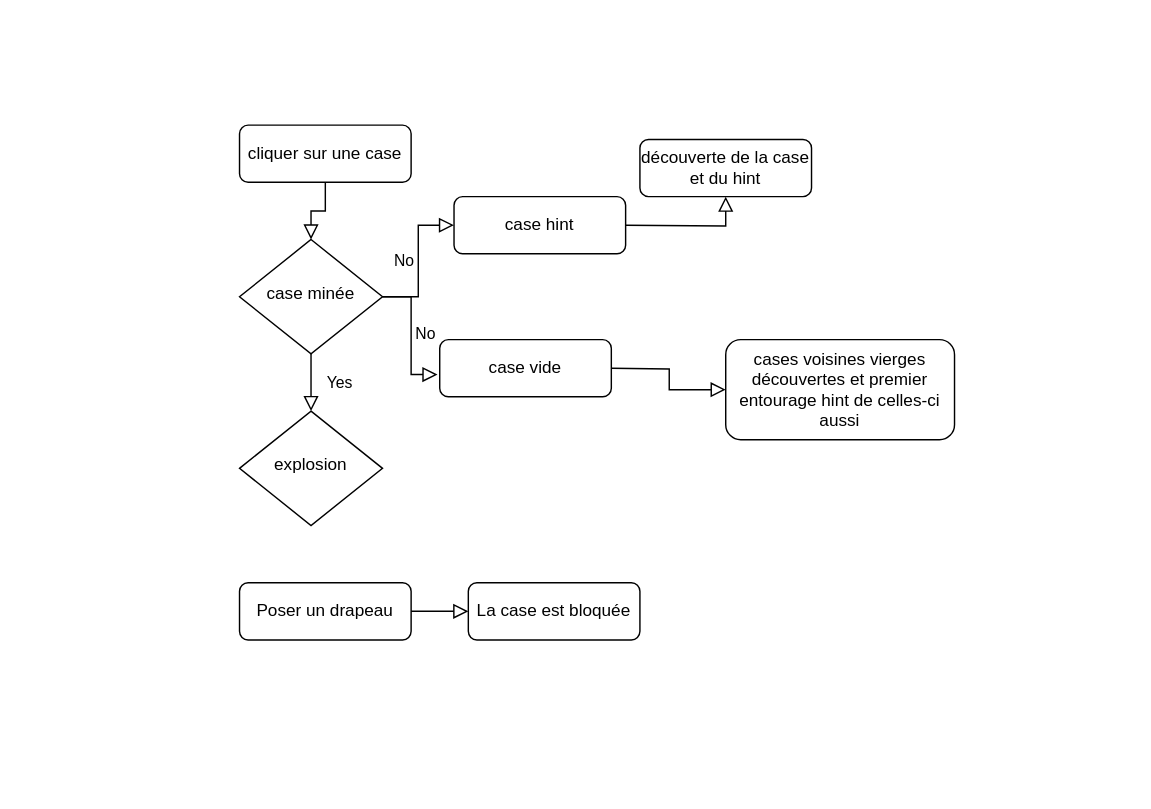
Before: Diagramme sans nom.drawio in emilyllg/filrougeEJL, a draw.io diagram. Source tidied: cells renumbered, new cells numbered last; positions are measured from the earlier drawing's top-left corner, leaving out a move shared by most shapes. Both pictures are drawn from the tidied source at 143%, with x=0, y=0 at pixel (239, 124).
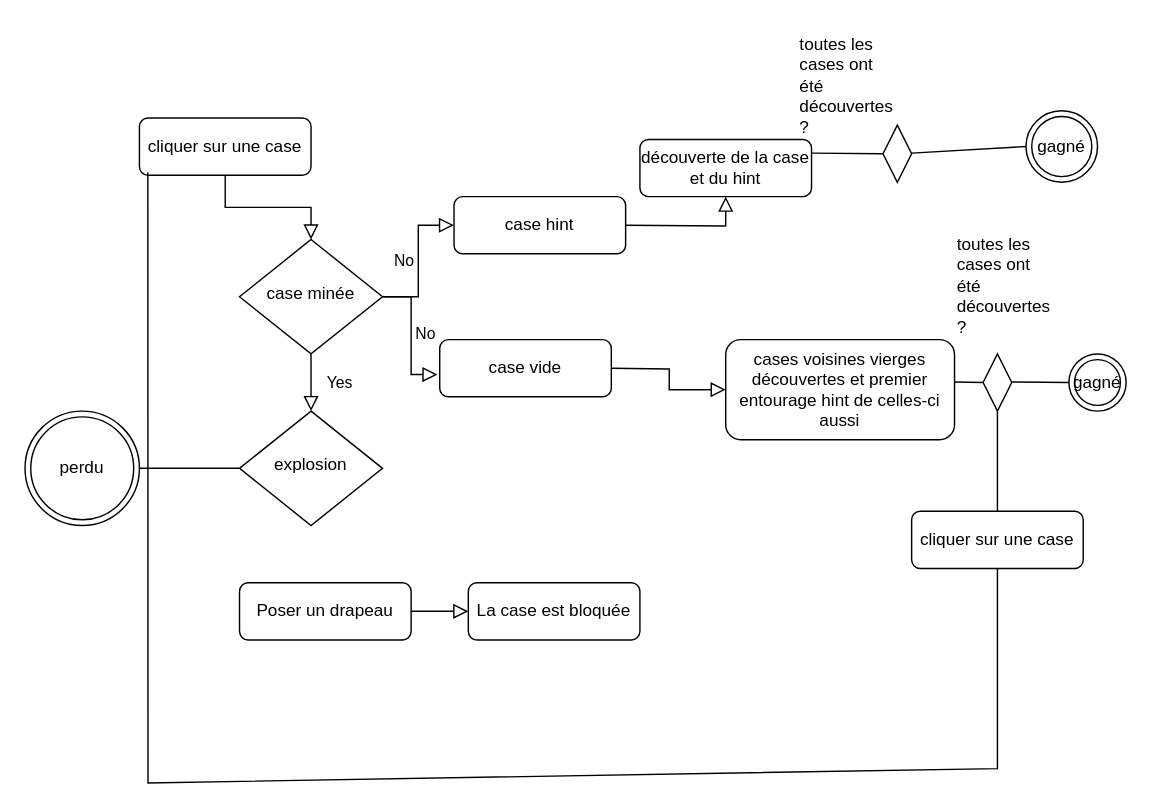
The same page after the edit.

Commit message:
Mettre à jour Diagramme sans nom.drawio

The edit, as a diff of the source:
```diff
@@
     <mxCell id="14" value="cliquer sur une case" style="rounded=1;whiteSpace=wrap;html=1;fontSize=12;glass=0;strokeWidth=1;shadow=0;" parent="1" vertex="1">
-      <mxGeometry width="120" height="40" as="geometry" />
+      <mxGeometry x="-70" y="-5" width="120" height="40" as="geometry" />
     </mxCell>
@@
+    <mxCell id="18" value="gagné " style="ellipse;shape=doubleEllipse;whiteSpace=wrap;html=1;" parent="1" vertex="1">
+      <mxGeometry x="580" y="160" width="40" height="40" as="geometry" />
+    </mxCell>
+    <mxCell id="19" value="perdu" style="ellipse;shape=doubleEllipse;whiteSpace=wrap;html=1;" parent="1" vertex="1">
+      <mxGeometry x="-150" y="200" width="80" height="80" as="geometry" />
+    </mxCell>
+    <mxCell id="20" style="rhombus;whiteSpace=wrap;html=1;" parent="1" vertex="1">
+      <mxGeometry x="450" width="20" height="40" as="geometry" />
+    </mxCell>
+    <mxCell id="21" value="toutes les cases ont été découvertes ?" style="text;whiteSpace=wrap;html=1;" parent="1" vertex="1">
+      <mxGeometry x="390" y="-70" width="50" height="40" as="geometry" />
+    </mxCell>
+    <mxCell id="22" style="rhombus;whiteSpace=wrap;html=1;" parent="1" vertex="1">
+      <mxGeometry x="520" y="160" width="20" height="40" as="geometry" />
+    </mxCell>
+    <mxCell id="23" value="toutes les cases ont été découvertes ?" style="text;whiteSpace=wrap;html=1;" parent="1" vertex="1">
+      <mxGeometry x="500" y="70" width="60" height="40" as="geometry" />
+    </mxCell>
+    <mxCell id="24" style="endArrow=none;html=1;rounded=0;exitX=1;exitY=0.5;exitDx=0;exitDy=0;" parent="1" edge="1" source="19">
+      <mxGeometry relative="1" as="geometry">
+        <mxPoint y="240" as="targetPoint" />
+      </mxGeometry>
+    </mxCell>
+    <mxCell id="25" style="endArrow=none;html=1;rounded=0;exitX=1;exitY=0.5;exitDx=0;exitDy=0;entryX=0;entryY=0.5;entryDx=0;entryDy=0;" parent="1" edge="1" target="20">
+      <mxGeometry relative="1" as="geometry">
+        <mxPoint x="400" y="19.6" as="sourcePoint" />
+      </mxGeometry>
+    </mxCell>
+    <mxCell id="26" value="gagné " style="ellipse;shape=doubleEllipse;whiteSpace=wrap;html=1;" parent="1" vertex="1">
+      <mxGeometry x="550" y="-10" width="50" height="50" as="geometry" />
+    </mxCell>
+    <mxCell id="27" style="endArrow=none;html=1;rounded=0;exitX=1;exitY=0.5;exitDx=0;exitDy=0;entryX=0;entryY=0.5;entryDx=0;entryDy=0;" parent="1" edge="1" target="26">
+      <mxGeometry relative="1" as="geometry">
+        <mxPoint x="470" y="19.6" as="sourcePoint" />
+      </mxGeometry>
+    </mxCell>
+    <mxCell id="28" style="endArrow=none;html=1;rounded=0;exitX=1;exitY=0.5;exitDx=0;exitDy=0;" parent="1" edge="1">
+      <mxGeometry relative="1" as="geometry">
+        <mxPoint x="500" y="179.6" as="sourcePoint" />
+        <mxPoint x="520" y="180" as="targetPoint" />
+      </mxGeometry>
+    </mxCell>
+    <mxCell id="29" style="endArrow=none;html=1;rounded=0;exitX=1;exitY=0.5;exitDx=0;exitDy=0;" parent="1" edge="1">
+      <mxGeometry relative="1" as="geometry">
+        <mxPoint x="540" y="179.6" as="sourcePoint" />
+        <mxPoint x="580" y="180" as="targetPoint" />
+      </mxGeometry>
+    </mxCell>
+    <mxCell id="30" style="endArrow=none;html=1;rounded=0;exitX=0.5;exitY=1;exitDx=0;exitDy=0;" parent="1" edge="1" source="22">
+      <mxGeometry relative="1" as="geometry">
+        <mxPoint x="530" y="270" as="targetPoint" />
+      </mxGeometry>
+    </mxCell>
+    <mxCell id="31" value="cliquer sur une case" style="rounded=1;whiteSpace=wrap;html=1;fontSize=12;glass=0;strokeWidth=1;shadow=0;" parent="1" vertex="1">
+      <mxGeometry x="470" y="270" width="120" height="40" as="geometry" />
+    </mxCell>
+    <mxCell id="32" style="endArrow=none;html=1;rounded=0;entryX=0.5;entryY=1;entryDx=0;entryDy=0;exitX=0.049;exitY=0.95;exitDx=0;exitDy=0;exitPerimeter=0;" parent="1" edge="1" source="14" target="31">
+      <mxGeometry relative="1" as="geometry">
+        <Array as="points">
+          <mxPoint x="-64" y="460" />
+          <mxPoint x="530" y="450" />
+        </Array>
+      </mxGeometry>
+    </mxCell>
```
